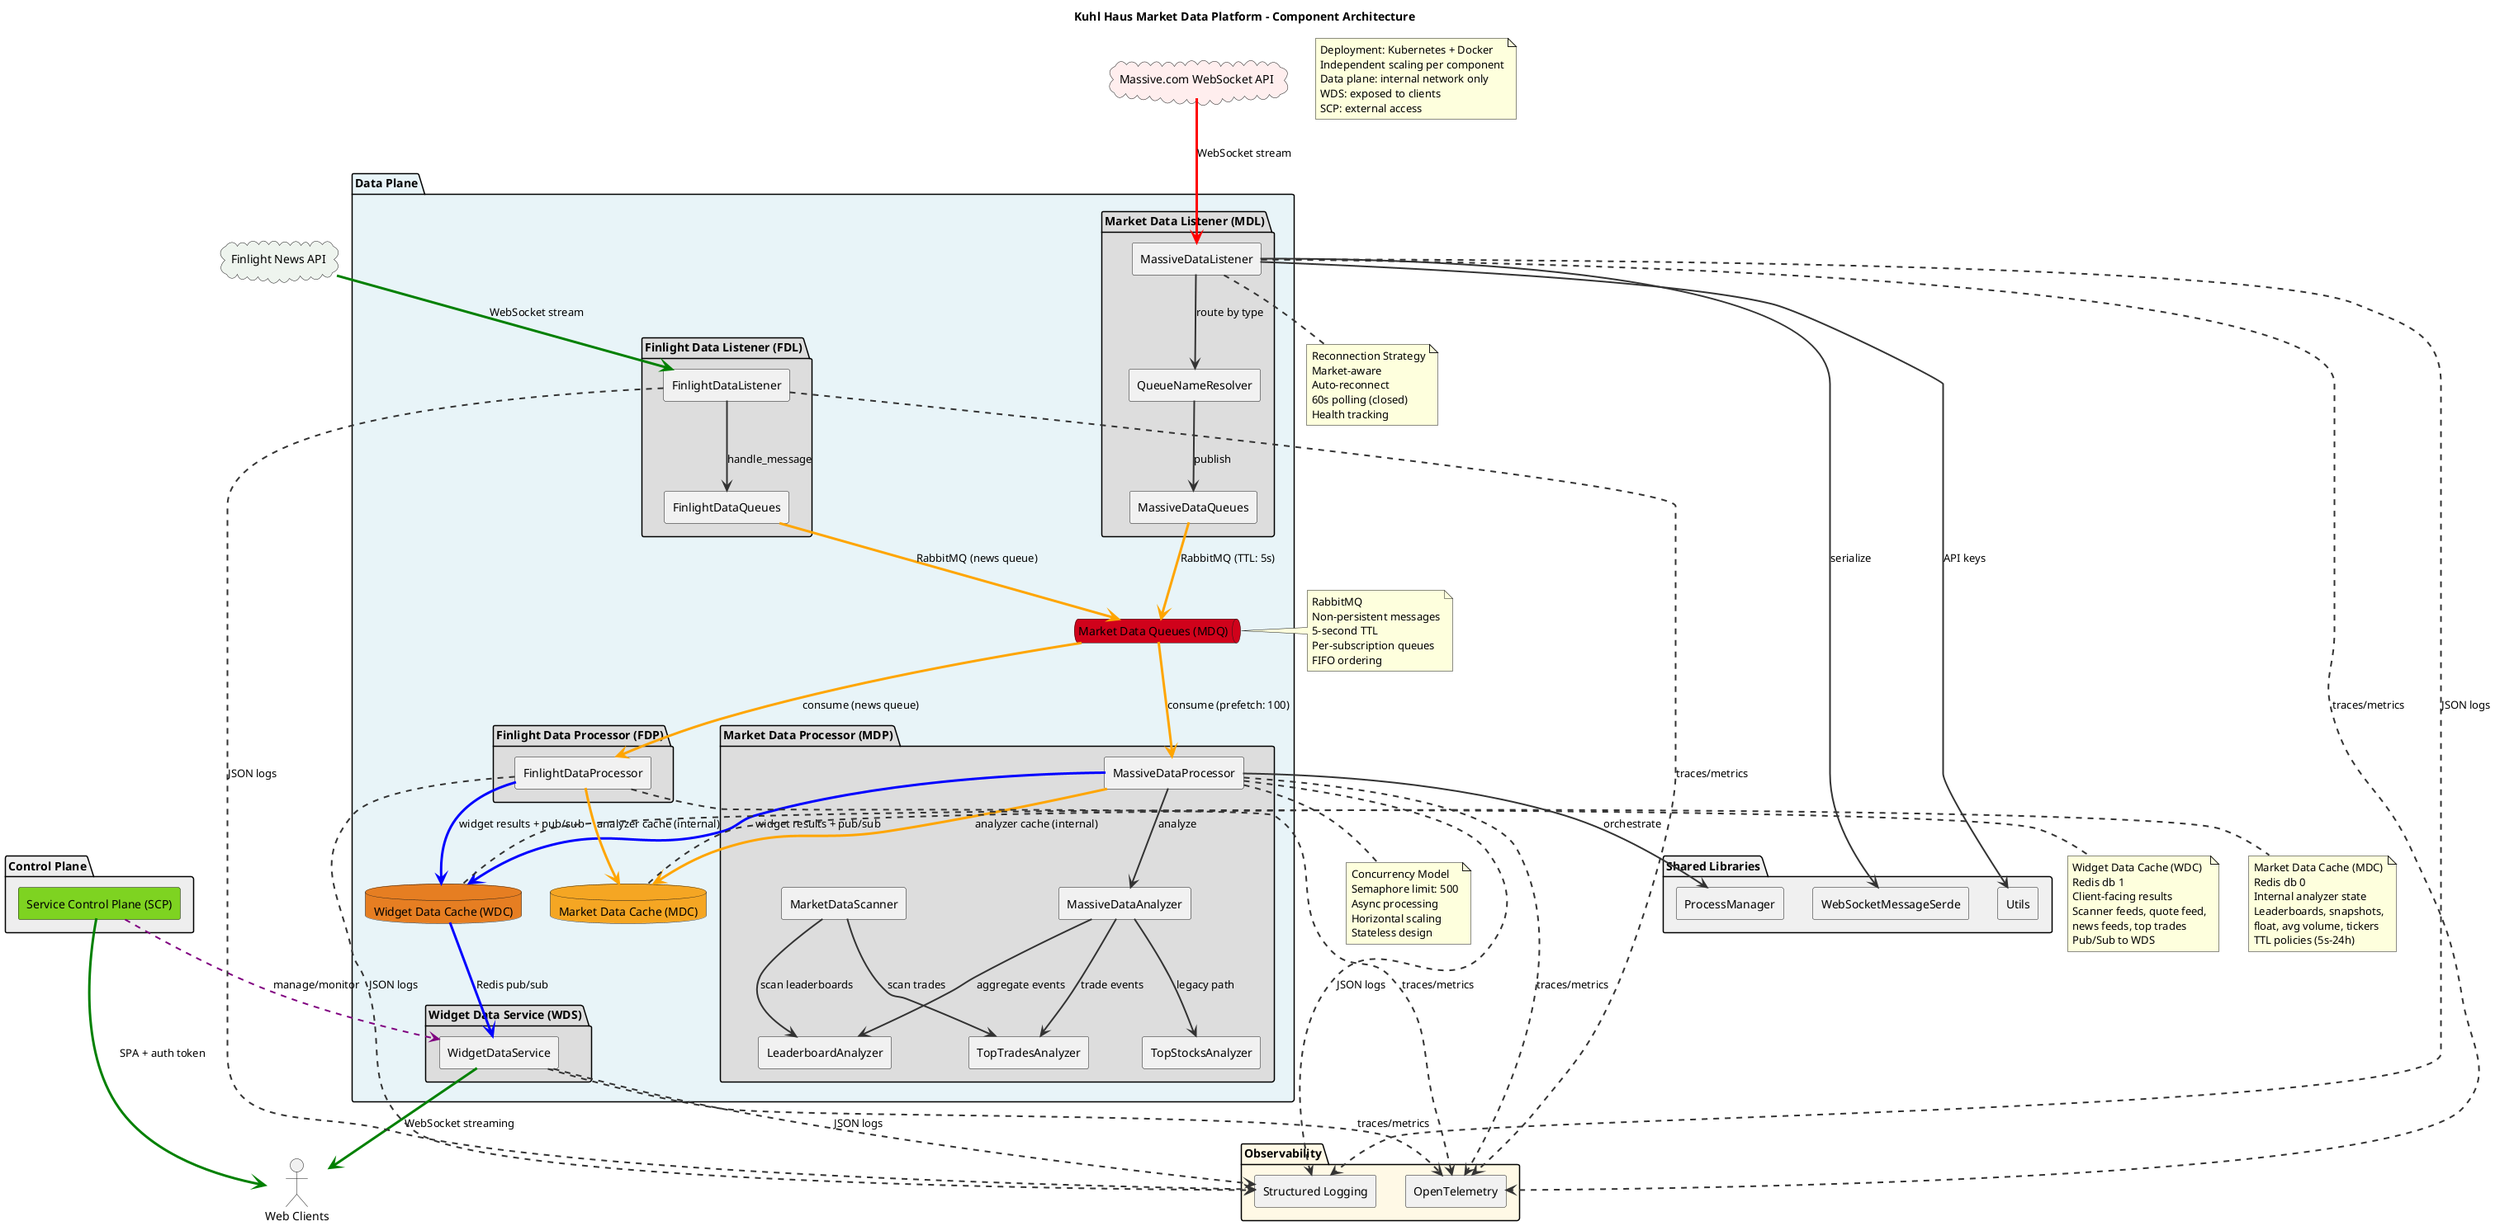
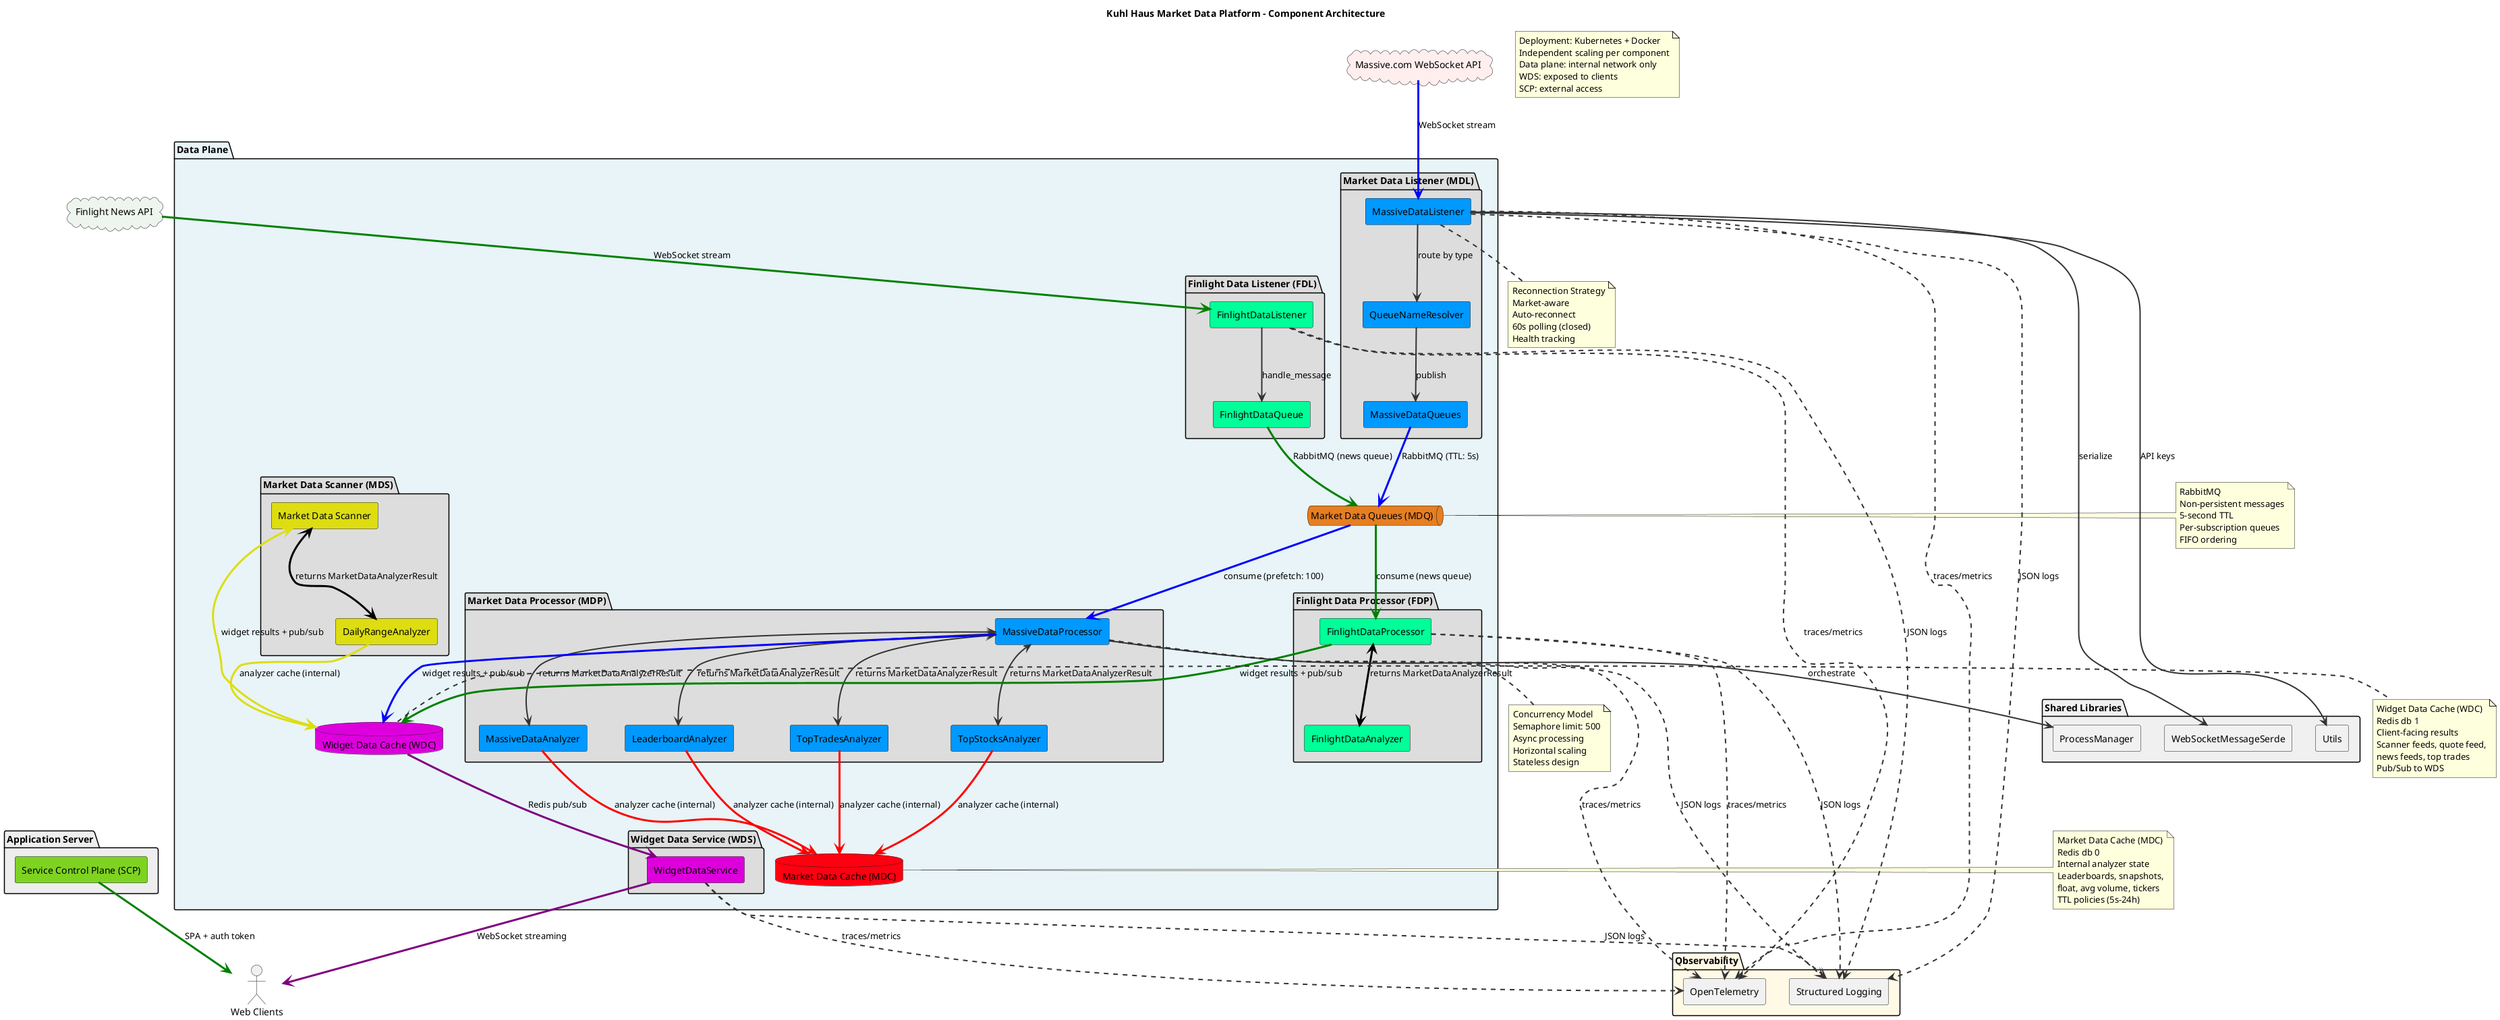
@startuml Market Data Platform Architecture

skinparam componentStyle rectangle
skinparam backgroundColor white
skinparam shadowing false
skinparam ArrowColor #333333
skinparam ArrowThickness 2

title Kuhl Haus Market Data Platform - Component Architecture

cloud "Massive.com WebSocket API" as Massive #FFEEEE
cloud "Finlight News API" as Finlight #EEF4EE

- package "Control Plane" #EEEEEE {
+ package "Application Server" #EEEEEE {
    component "Service Control Plane (SCP)" as SCP #7ED321
}

package "Data Plane" #E8F4F8 {

    package "Market Data Listener (MDL)" #DDDDDD {
-         component "MassiveDataListener" as Listener
-         component "MassiveDataQueues" as Queues
-         component "QueueNameResolver" as Resolver
+         component "MassiveDataListener" as Listener #0099FF
+         component "MassiveDataQueues" as Queues #0099FF
+         component "QueueNameResolver" as Resolver #0099FF
    }

    package "Finlight Data Listener (FDL)" #DDDDDD {
-         component "FinlightDataListener" as FDListener
-         component "FinlightDataQueues" as FDQueues
+         component "FinlightDataListener" as FDListener #00FF99
+         component "FinlightDataQueue" as FDQueues #00FF99
    }

-     queue "Market Data Queues (MDQ)" as MDQ #D0021B
+     queue "Market Data Queues (MDQ)" as MDQ #E67E22
+ 
+     package "Market Data Scanner (MDS)" #DDDDDD {
+         component "Market Data Scanner" as MDScanner #DDDD11
+         component "DailyRangeAnalyzer" as DRA #DDDD11
+     }

    package "Market Data Processor (MDP)" #DDDDDD {
-         component "MassiveDataProcessor" as Processor
-         component "MarketDataScanner" as Scanner
-         component "MassiveDataAnalyzer" as Router
-         component "LeaderboardAnalyzer" as Leaderboard
-         component "TopTradesAnalyzer" as TopTrades
-         component "TopStocksAnalyzer" as TopStocks
+         component "MassiveDataProcessor" as Processor #0099FF
+         component "MassiveDataAnalyzer" as Router #0099FF
+         component "LeaderboardAnalyzer" as Leaderboard #0099FF
+         component "TopTradesAnalyzer" as TopTrades #0099FF
+         component "TopStocksAnalyzer" as TopStocks #0099FF
    }

    package "Finlight Data Processor (FDP)" #DDDDDD {
-         component "FinlightDataProcessor" as FDProcessor
+         component "FinlightDataProcessor" as FDProcessor #00FF99
+         component "FinlightDataAnalyzer" as FDAnalyzer #00FF99
    }

-     database "Market Data Cache (MDC)" as MDC #F5A623
-     database "Widget Data Cache (WDC)" as WDC #E67E22
+     database "Market Data Cache (MDC)" as MDC #FF0011
+     database "Widget Data Cache (WDC)" as WDC #DD00DD

    package "Widget Data Service (WDS)" #DDDDDD {
-         component "WidgetDataService" as Widget
+         component "WidgetDataService" as Widget #DD00DD
    }
}

package "Observability" #FFF9E6 {
    component "OpenTelemetry" as OTel
    component "Structured Logging" as Logging
}

package "Shared Libraries" #F0F0F0 {
    component "ProcessManager" as PM
    component "WebSocketMessageSerde" as Serde
    component "Utils" as Utils
}

actor "Web Clients" as Clients

- Massive -[#red,thickness=3]-> Listener : WebSocket stream
+ Massive -[#blue,thickness=3]-> Listener : WebSocket stream
Listener --> Resolver : route by type
Resolver --> Queues : publish
- Queues -[#orange,thickness=3]-> MDQ : RabbitMQ (TTL: 5s)
+ Queues -[#blue,thickness=3]-> MDQ : RabbitMQ (TTL: 5s)

Finlight -[#green,thickness=3]-> FDListener : WebSocket stream
FDListener --> FDQueues : handle_message
- FDQueues -[#orange,thickness=3]-> MDQ : RabbitMQ (news queue)
+ FDQueues -[#green,thickness=3]-> MDQ : RabbitMQ (news queue)

- MDQ -[#orange,thickness=3]-> Processor : consume (prefetch: 100)
- MDQ -[#orange,thickness=3]-> FDProcessor : consume (news queue)
- Processor --> Router : analyze
- Router --> Leaderboard : aggregate events
- Router --> TopTrades : trade events
- Router --> TopStocks : legacy path
- Scanner --> Leaderboard : scan leaderboards
- Scanner --> TopTrades : scan trades
- Processor -[#orange,thickness=3]-> MDC : analyzer cache (internal)
+ MDQ -[#green,thickness=3]-> FDProcessor : consume (news queue)
+ MDQ -[#blue,thickness=3]-> Processor : consume (prefetch: 100)
+ 
+ Processor <--> Router : returns MarketDataAnalyzerResult
+ Processor <--> Leaderboard : returns MarketDataAnalyzerResult
+ Processor <--> TopTrades : returns MarketDataAnalyzerResult
+ Processor <--> TopStocks : returns MarketDataAnalyzerResult
+ 
+ Router -[#red,thickness=3]-> MDC : analyzer cache (internal)
+ TopTrades -[#red,thickness=3]-> MDC : analyzer cache (internal)
+ TopStocks -[#red,thickness=3]-> MDC : analyzer cache (internal)
+ Leaderboard -[#red,thickness=3]-> MDC : analyzer cache (internal)
Processor -[#blue,thickness=3]-> WDC : widget results + pub/sub
- FDProcessor -[#orange,thickness=3]-> MDC : analyzer cache (internal)
- FDProcessor -[#blue,thickness=3]-> WDC : widget results + pub/sub

- WDC -[#blue,thickness=3]-> Widget : Redis pub/sub
- Widget -[#green,thickness=3]-> Clients : WebSocket streaming
+ FDProcessor <-[#black,thickness=3]-> FDAnalyzer : returns MarketDataAnalyzerResult
+ FDProcessor -[#green,thickness=3]-> WDC : widget results + pub/sub

- SCP .[#purple,dashed].> Widget : manage/monitor
+ DRA -[#DDDD11,thickness=3]-> WDC : analyzer cache (internal)
+ MDScanner <-[#black,thickness=3]-> DRA : returns MarketDataAnalyzerResult
+ MDScanner <-[#DDDD11,thickness=3]-> WDC : widget results + pub/sub
+ 
+ WDC -[#purple,thickness=3]-> Widget : Redis pub/sub
+ Widget -[#purple,thickness=3]-> Clients : WebSocket streaming
+ 
SCP -[#green,thickness=3]-> Clients : SPA + auth token

Listener .down.> OTel : traces/metrics
FDListener .down.> OTel : traces/metrics
Processor .down.> OTel : traces/metrics
FDProcessor .down.> OTel : traces/metrics
Widget .down.> OTel : traces/metrics
Listener .down.> Logging : JSON logs
FDListener .down.> Logging : JSON logs
Processor .down.> Logging : JSON logs
FDProcessor .down.> Logging : JSON logs
Widget .down.> Logging : JSON logs

Listener --> Serde : serialize
Processor --> PM : orchestrate
Listener --> Utils : API keys

note right of MDQ
  RabbitMQ
  Non-persistent messages
  5-second TTL
  Per-subscription queues
  FIFO ordering
end note

note right of MDC
  Market Data Cache (MDC)
  Redis db 0
  Internal analyzer state
  Leaderboards, snapshots,
  float, avg volume, tickers
  TTL policies (5s-24h)
end note

note right of WDC
  Widget Data Cache (WDC)
  Redis db 1
  Client-facing results
  Scanner feeds, quote feed,
  news feeds, top trades
  Pub/Sub to WDS
end note

note bottom of Processor
  Concurrency Model
  Semaphore limit: 500
  Async processing
  Horizontal scaling
  Stateless design
end note

note bottom of Listener
  Reconnection Strategy
  Market-aware
  Auto-reconnect
  60s polling (closed)
  Health tracking
end note

note as DeploymentNote
  Deployment: Kubernetes + Docker
  Independent scaling per component
  Data plane: internal network only
  WDS: exposed to clients
  SCP: external access
end note

@enduml
